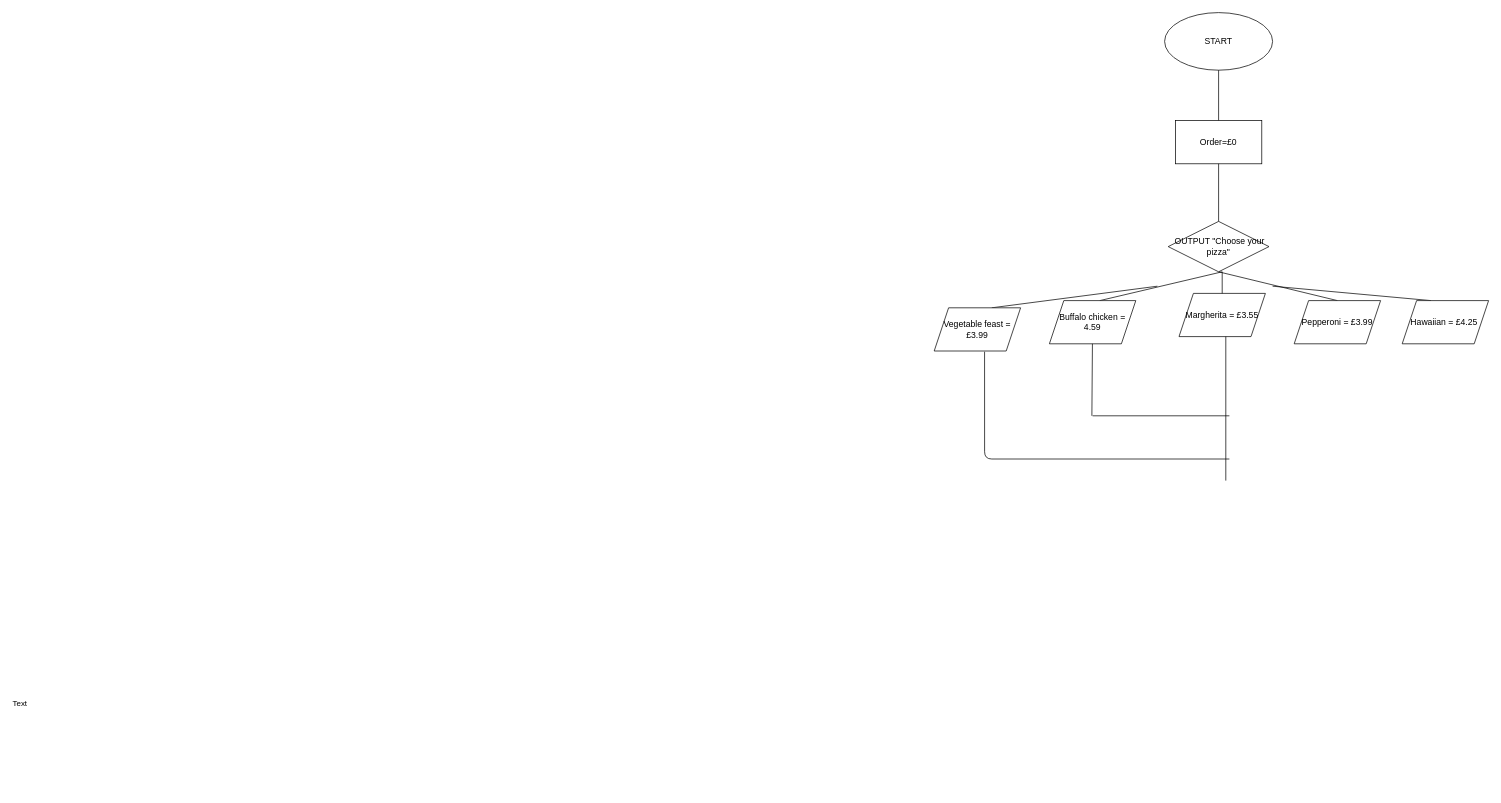
maryam-byte/C- keeps this draw.io diagram as Untitled Diagram.drawio. Above is the earlier version. Source tidied: cells renumbered, new cells numbered last; positions are measured from the earlier drawing's top-left corner, leaving out a move shared by most shapes. Both pictures are drawn from the tidied source at 72%, with x=0, y=0 at pixel (934, 12).
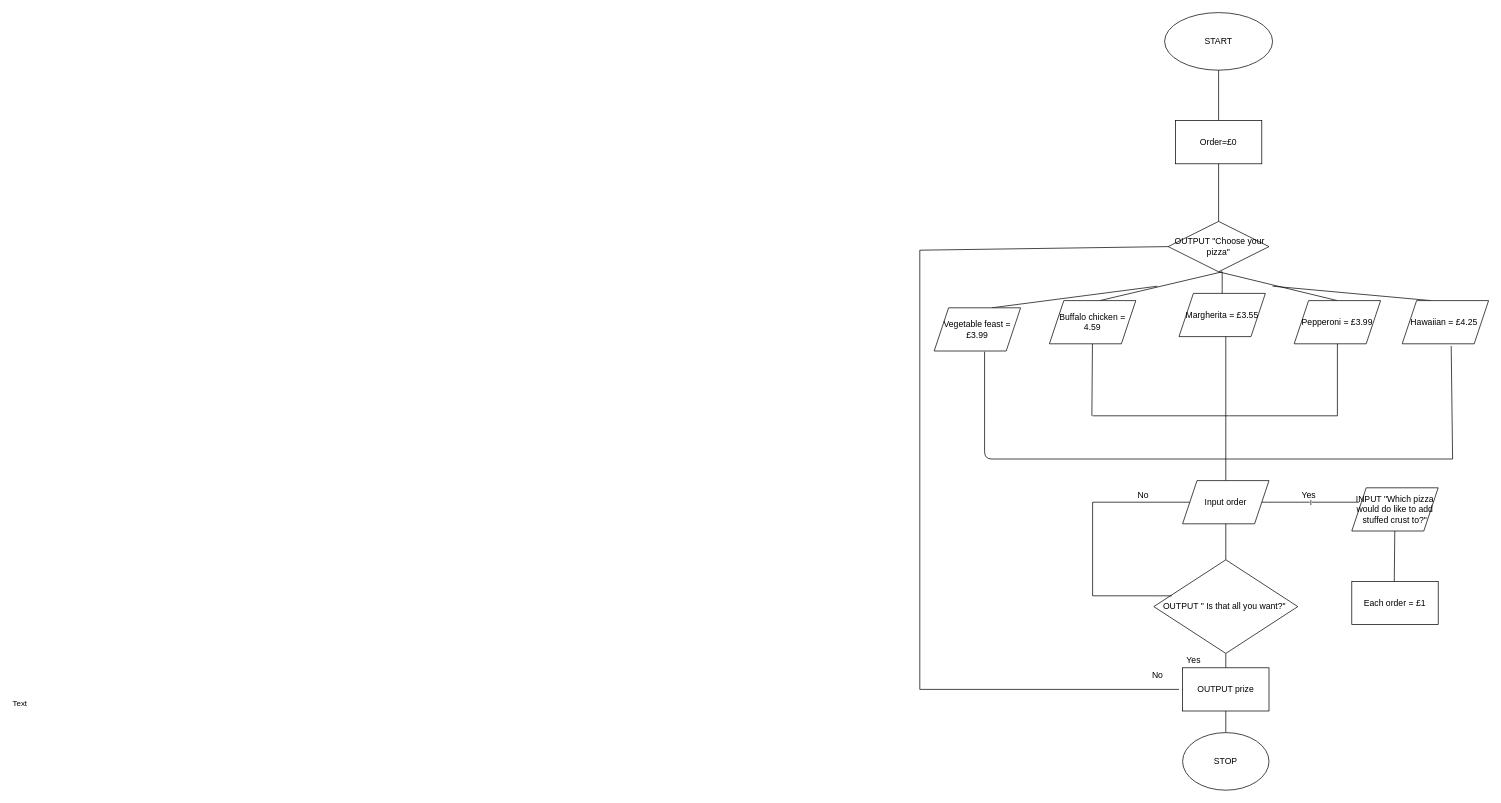
The same diagram, later.

The change refers to these unchanged cells:
```xml
<mxCell id="6" value="&amp;nbsp;OUTPUT &quot;Choose your pizza&quot;" style="rhombus;whiteSpace=wrap;html=1;" parent="1" vertex="1">
  <mxGeometry x="325" y="290" width="140" height="70" as="geometry" />
</mxCell>
<mxCell id="13" value="Pepperoni = £3.99" style="shape=parallelogram;perimeter=parallelogramPerimeter;whiteSpace=wrap;html=1;fixedSize=1;" parent="1" vertex="1">
  <mxGeometry x="500" y="400" width="120" height="60" as="geometry" />
</mxCell>
<mxCell id="15" value="Hawaiian = £4.25&amp;nbsp;" style="shape=parallelogram;perimeter=parallelogramPerimeter;whiteSpace=wrap;html=1;fixedSize=1;" parent="1" vertex="1">
  <mxGeometry x="650" y="400" width="120" height="60" as="geometry" />
</mxCell>
```

What changed in the source:
```diff
@@
+    <mxCell id="23" style="endArrow=none;html=1;entryX=0.5;entryY=1;entryDx=0;entryDy=0;" parent="1" edge="1" target="13">
+      <mxGeometry relative="1" as="geometry">
+        <mxPoint x="560" y="560" as="sourcePoint" />
+      </mxGeometry>
+    </mxCell>
+    <mxCell id="24" style="endArrow=none;html=1;" parent="1" edge="1">
+      <mxGeometry relative="1" as="geometry">
+        <mxPoint x="560" y="560" as="sourcePoint" />
+        <mxPoint x="410" y="560" as="targetPoint" />
+      </mxGeometry>
+    </mxCell>
+    <mxCell id="25" style="endArrow=none;html=1;" parent="1" edge="1">
+      <mxGeometry relative="1" as="geometry">
+        <mxPoint x="410" y="620" as="sourcePoint" />
+        <mxPoint x="720" y="620" as="targetPoint" />
+      </mxGeometry>
+    </mxCell>
+    <mxCell id="26" style="endArrow=none;html=1;entryX=0.567;entryY=1.05;entryDx=0;entryDy=0;entryPerimeter=0;" parent="1" edge="1" target="15">
+      <mxGeometry relative="1" as="geometry">
+        <mxPoint x="720" y="620" as="sourcePoint" />
+      </mxGeometry>
+    </mxCell>
+    <mxCell id="27" value="Input order" style="shape=parallelogram;perimeter=parallelogramPerimeter;whiteSpace=wrap;html=1;fixedSize=1;" parent="1" vertex="1">
+      <mxGeometry x="345" y="650" width="120" height="60" as="geometry" />
+    </mxCell>
+    <mxCell id="28" style="endArrow=none;html=1;entryX=0.5;entryY=1;entryDx=0;entryDy=0;" parent="1" edge="1" target="27">
+      <mxGeometry relative="1" as="geometry">
+        <mxPoint x="405" y="760" as="sourcePoint" />
+      </mxGeometry>
+    </mxCell>
+    <mxCell id="29" value="OUTPUT &quot; Is that all you want?&quot;&amp;nbsp;" style="rhombus;whiteSpace=wrap;html=1;direction=south;" parent="1" vertex="1">
+      <mxGeometry x="305" y="760" width="200" height="130" as="geometry" />
+    </mxCell>
+    <mxCell id="30" style="endArrow=none;html=1;exitX=0;exitY=0.5;exitDx=0;exitDy=0;" parent="1" edge="1" source="27">
+      <mxGeometry relative="1" as="geometry">
+        <mxPoint x="220" y="680" as="targetPoint" />
+      </mxGeometry>
+    </mxCell>
+    <mxCell id="31" value="No" style="text;html=1;align=center;verticalAlign=middle;strokeColor=none;" parent="1" vertex="1">
+      <mxGeometry x="275" y="660" width="30" height="20" as="geometry" />
+    </mxCell>
+    <mxCell id="32" value="l" style="endArrow=none;html=1;exitX=1;exitY=0.5;exitDx=0;exitDy=0;" parent="1" edge="1" source="27">
+      <mxGeometry relative="1" as="geometry">
+        <mxPoint x="590" y="680" as="targetPoint" />
+      </mxGeometry>
+    </mxCell>
+    <mxCell id="33" value="Yes" style="text;html=1;align=center;verticalAlign=middle;strokeColor=none;" parent="1" vertex="1">
+      <mxGeometry x="500" y="660" width="40" height="20" as="geometry" />
+    </mxCell>
+    <mxCell id="34" style="endArrow=none;html=1;" parent="1" edge="1">
+      <mxGeometry relative="1" as="geometry">
+        <mxPoint x="220" y="810" as="sourcePoint" />
+        <mxPoint x="220" y="680" as="targetPoint" />
+      </mxGeometry>
+    </mxCell>
+    <mxCell id="35" style="endArrow=none;html=1;exitX=0.385;exitY=0.875;exitDx=0;exitDy=0;exitPerimeter=0;" parent="1" edge="1" source="29">
+      <mxGeometry relative="1" as="geometry">
+        <mxPoint x="220" y="810" as="targetPoint" />
+      </mxGeometry>
+    </mxCell>
+    <mxCell id="36" value="INPUT &quot;Which pizza would do like to add stuffed crust to?&quot;" style="shape=parallelogram;perimeter=parallelogramPerimeter;whiteSpace=wrap;html=1;fixedSize=1;" parent="1" vertex="1">
+      <mxGeometry x="580" y="660" width="120" height="60" as="geometry" />
+    </mxCell>
+    <mxCell id="37" style="endArrow=none;html=1;" parent="1" edge="1" target="36">
+      <mxGeometry relative="1" as="geometry">
+        <mxPoint x="639" y="790" as="sourcePoint" />
+      </mxGeometry>
+    </mxCell>
+    <mxCell id="38" value="Each order = £1" style="rounded=0;whiteSpace=wrap;html=1;" parent="1" vertex="1">
+      <mxGeometry x="580" y="790" width="120" height="60" as="geometry" />
+    </mxCell>
+    <mxCell id="39" style="endArrow=none;html=1;exitX=1;exitY=0.5;exitDx=0;exitDy=0;" parent="1" edge="1" source="29" target="40">
+      <mxGeometry relative="1" as="geometry" />
+    </mxCell>
+    <mxCell id="40" value="OUTPUT prize" style="rounded=0;whiteSpace=wrap;html=1;" parent="1" vertex="1">
+      <mxGeometry x="345" y="910" width="120" height="60" as="geometry" />
+    </mxCell>
+    <mxCell id="41" value="Yes" style="text;html=1;align=center;verticalAlign=middle;strokeColor=none;" parent="1" vertex="1">
+      <mxGeometry x="340" y="890" width="40" height="20" as="geometry" />
+    </mxCell>
+    <mxCell id="42" style="endArrow=none;html=1;exitX=0.5;exitY=1;exitDx=0;exitDy=0;" parent="1" edge="1" source="40" target="43">
+      <mxGeometry relative="1" as="geometry" />
+    </mxCell>
+    <mxCell id="43" value="STOP" style="ellipse;whiteSpace=wrap;html=1;" parent="1" vertex="1">
+      <mxGeometry x="345" y="1000" width="120" height="80" as="geometry" />
+    </mxCell>
+    <mxCell id="44" style="endArrow=none;html=1;" parent="1" edge="1">
+      <mxGeometry relative="1" as="geometry">
+        <mxPoint x="-20" y="940" as="sourcePoint" />
+        <mxPoint x="340" y="940" as="targetPoint" />
+      </mxGeometry>
+    </mxCell>
+    <mxCell id="45" value="No" style="text;html=1;align=center;verticalAlign=middle;strokeColor=none;" parent="1" vertex="1">
+      <mxGeometry x="295" y="910" width="30" height="20" as="geometry" />
+    </mxCell>
+    <mxCell id="46" style="endArrow=none;html=1;" parent="1" edge="1">
+      <mxGeometry relative="1" as="geometry">
+        <mxPoint x="-20" y="940" as="sourcePoint" />
+        <mxPoint x="-20" y="330" as="targetPoint" />
+      </mxGeometry>
+    </mxCell>
+    <mxCell id="47" style="endArrow=none;html=1;entryX=0;entryY=0.5;entryDx=0;entryDy=0;" parent="1" edge="1" target="6">
+      <mxGeometry relative="1" as="geometry">
+        <mxPoint x="-20" y="330" as="sourcePoint" />
+      </mxGeometry>
+    </mxCell>
```
